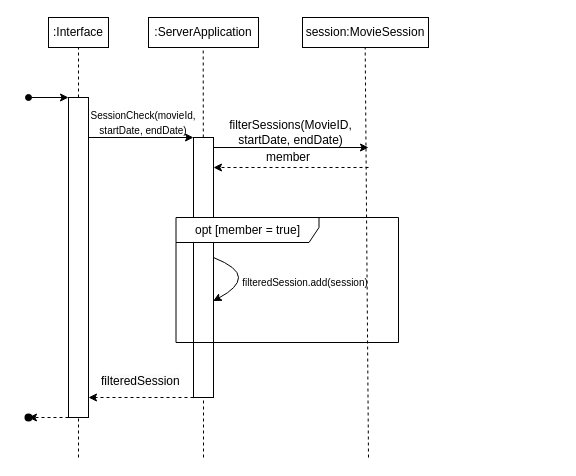
Before: page "SessionMapping" (1 of 3) of Диаграмма_последовательности_5.drawio in ANDaniell/-design-practice, a draw.io diagram. Source tidied: cells renumbered, new cells numbered last; positions are measured from the earlier drawing's top-left corner, leaving out a move shared by most shapes. Both pictures are drawn from the tidied source at 100%, with x=0, y=0 at pixel (18, 17).
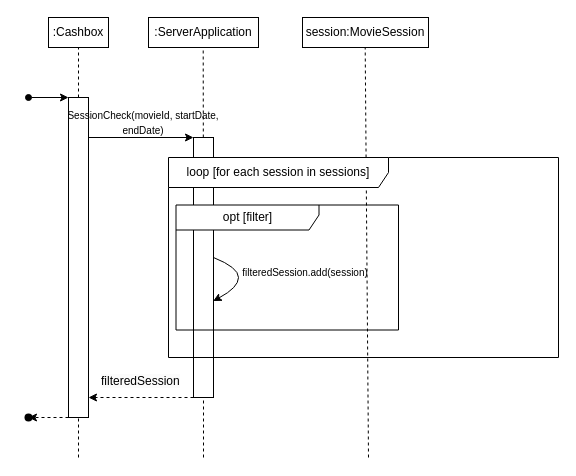
Above is the later version.

Change to the diagram source:
```diff
@@
-    <mxCell id="3" value=":Interface" style="text;html=1;align=center;verticalAlign=middle;whiteSpace=wrap;rounded=0;" parent="1" vertex="1">
+    <mxCell id="3" value=":Cashbox" style="text;html=1;align=center;verticalAlign=middle;whiteSpace=wrap;rounded=0;" parent="1" vertex="1">
       <mxGeometry x="30" width="60" height="30" as="geometry" />
     </mxCell>
@@
-    <mxCell id="17" value="&lt;font style=&quot;font-size: 10px;&quot;&gt;SessionCheck(movieId, startDate, endDate)&lt;/font&gt;" style="text;html=1;align=center;verticalAlign=middle;whiteSpace=wrap;rounded=0;" parent="1" vertex="1">
-      <mxGeometry x="60" y="90" width="130" height="30" as="geometry" />
+    <mxCell id="17" value="&lt;span style=&quot;font-size: 10px;&quot;&gt;SessionCheck(movieId, startDate, endDate)&lt;/span&gt;" style="text;html=1;align=center;verticalAlign=middle;whiteSpace=wrap;rounded=0;" parent="1" vertex="1">
+      <mxGeometry x="40" y="90" width="170" height="30" as="geometry" />
     </mxCell>
@@
-    <mxCell id="21" value="&lt;font style=&quot;font-size: 12px;&quot;&gt;opt [member = true]&lt;/font&gt;" style="shape=umlFrame;whiteSpace=wrap;html=1;width=143;height=25;" parent="1" vertex="1">
-      <mxGeometry x="157.5" y="200" width="222.5" height="125" as="geometry" />
+    <mxCell id="21" value="&lt;font style=&quot;font-size: 12px;&quot;&gt;opt [filter]&lt;/font&gt;" style="shape=umlFrame;whiteSpace=wrap;html=1;width=143;height=25;" parent="1" vertex="1">
+      <mxGeometry x="157.5" y="187.5" width="222.5" height="125" as="geometry" />
     </mxCell>
-    <mxCell id="22" style="endArrow=classic;html=1;rounded=0;" parent="1" edge="1">
-      <mxGeometry relative="1" as="geometry">
-        <mxPoint x="195" y="130" as="sourcePoint" />
-        <mxPoint x="350" y="130" as="targetPoint" />
-      </mxGeometry>
-    </mxCell>
-    <mxCell id="23" value="filterSessions(MovieID, startDate, endDate)" style="text;html=1;align=center;verticalAlign=middle;whiteSpace=wrap;rounded=0;" parent="1" vertex="1">
-      <mxGeometry x="200" y="100" width="145" height="30" as="geometry" />
-    </mxCell>
-    <mxCell id="24" style="endArrow=classic;html=1;rounded=0;dashed=1;" parent="1" edge="1">
-      <mxGeometry relative="1" as="geometry">
-        <mxPoint x="350" y="150" as="sourcePoint" />
-        <mxPoint x="195" y="150" as="targetPoint" />
-      </mxGeometry>
-    </mxCell>
-    <mxCell id="25" value="member" style="text;html=1;align=center;verticalAlign=middle;whiteSpace=wrap;rounded=0;" parent="1" vertex="1">
-      <mxGeometry x="240" y="130" width="60" height="20" as="geometry" />
-    </mxCell>
@@
     <mxCell id="27" value="&lt;font style=&quot;font-size: 10px;&quot;&gt;filteredSession.add(session)&lt;/font&gt;" style="text;html=1;align=center;verticalAlign=middle;whiteSpace=wrap;rounded=0;" parent="1" vertex="1">
-      <mxGeometry x="224" y="250" width="126" height="30" as="geometry" />
+      <mxGeometry x="224" y="240" width="126" height="30" as="geometry" />
     </mxCell>
@@
+    <mxCell id="29" value="&lt;font style=&quot;font-size: 12px;&quot;&gt;loop [for each session in sessions]&lt;/font&gt;" style="shape=umlFrame;whiteSpace=wrap;html=1;width=220;height=30;" parent="1" vertex="1">
+      <mxGeometry x="150" y="140" width="390" height="200" as="geometry" />
+    </mxCell>
```
